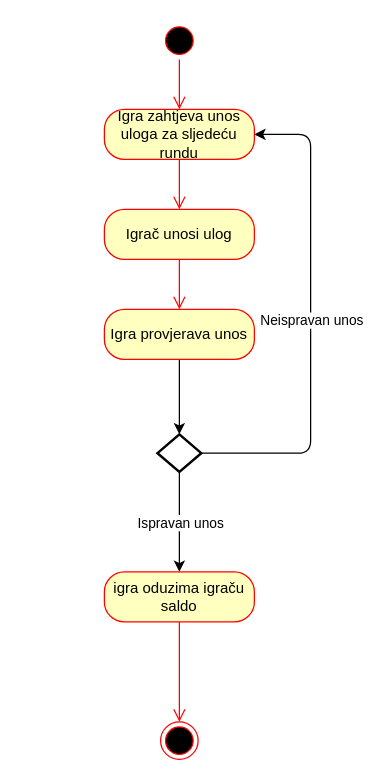
The draw.io diagram page "aktivnost:unosUloga" (5 of 8) of Projekt_Poker_activity.drawio in ewlibi/Poker, before the edit. Source tidied: cells renumbered, new cells numbered last; positions are measured from the earlier drawing's top-left corner, leaving out a move shared by most shapes. Both pictures are drawn from the tidied source at 125%, with x=0, y=0 at pixel (104, 21).
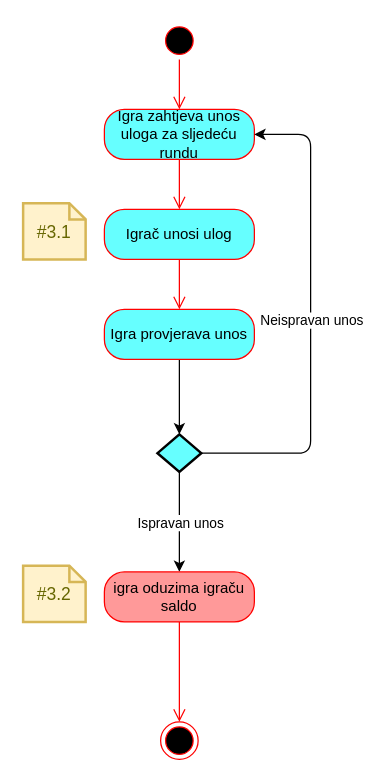
After the change.

The edit, as a diff of the source:
```diff
@@
-    <mxCell id="4" value="Igra zahtjeva unos uloga za sljedeću rundu" style="rounded=1;whiteSpace=wrap;html=1;arcSize=40;fontColor=#000000;fillColor=#ffffc0;strokeColor=#ff0000;" parent="1" vertex="1">
+    <mxCell id="4" value="Igra zahtjeva unos uloga za sljedeću rundu" style="rounded=1;whiteSpace=wrap;html=1;arcSize=40;fontColor=#000000;strokeColor=#ff0000;fillColor=#66FFFF;" parent="1" vertex="1">
       <mxGeometry y="70" width="120" height="40" as="geometry" />
     </mxCell>
@@
-    <mxCell id="6" value="Igrač unosi ulog" style="rounded=1;whiteSpace=wrap;html=1;arcSize=40;fontColor=#000000;fillColor=#ffffc0;strokeColor=#ff0000;" parent="1" vertex="1">
+    <mxCell id="6" value="Igrač unosi ulog" style="rounded=1;whiteSpace=wrap;html=1;arcSize=40;fontColor=#000000;strokeColor=#ff0000;fillColor=#66FFFF;" parent="1" vertex="1">
       <mxGeometry y="150" width="120" height="40" as="geometry" />
     </mxCell>
@@
-    <mxCell id="9" value="Igra provjerava unos" style="rounded=1;whiteSpace=wrap;html=1;arcSize=40;fontColor=#000000;fillColor=#ffffc0;strokeColor=#ff0000;" parent="1" vertex="1">
+    <mxCell id="9" value="Igra provjerava unos" style="rounded=1;whiteSpace=wrap;html=1;arcSize=40;fontColor=#000000;strokeColor=#ff0000;fillColor=#66FFFF;" parent="1" vertex="1">
       <mxGeometry y="230" width="120" height="40" as="geometry" />
     </mxCell>
-    <mxCell id="10" style="strokeWidth=2;html=1;shape=mxgraph.flowchart.decision;whiteSpace=wrap;" parent="1" vertex="1">
+    <mxCell id="10" style="strokeWidth=2;html=1;shape=mxgraph.flowchart.decision;whiteSpace=wrap;fillColor=#66FFFF;" parent="1" vertex="1">
       <mxGeometry x="42.5" y="330" width="35" height="30" as="geometry" />
     </mxCell>
@@
-    <mxCell id="16" value="igra oduzima igraču saldo" style="rounded=1;whiteSpace=wrap;html=1;arcSize=40;fontColor=#000000;fillColor=#ffffc0;strokeColor=#ff0000;" parent="1" vertex="1">
+    <mxCell id="16" value="igra oduzima igraču saldo" style="rounded=1;whiteSpace=wrap;html=1;arcSize=40;fontColor=#000000;strokeColor=#ff0000;fillColor=#FF9999;" parent="1" vertex="1">
       <mxGeometry y="440" width="120" height="40" as="geometry" />
     </mxCell>
@@
+    <mxCell id="18" value="#3.1" style="shape=note;strokeWidth=2;fontSize=14;size=13;whiteSpace=wrap;html=1;fillColor=#fff2cc;strokeColor=#d6b656;fontColor=#666600;" parent="1" vertex="1">
+      <mxGeometry x="-65" y="145" width="50" height="45" as="geometry" />
+    </mxCell>
+    <mxCell id="19" value="#3.2" style="shape=note;strokeWidth=2;fontSize=14;size=13;whiteSpace=wrap;html=1;fillColor=#fff2cc;strokeColor=#d6b656;fontColor=#666600;" parent="1" vertex="1">
+      <mxGeometry x="-65" y="435" width="50" height="45" as="geometry" />
+    </mxCell>
```
